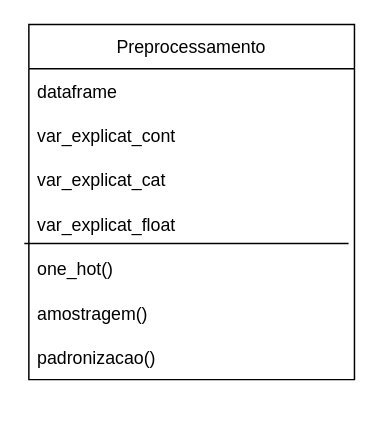
guitsuo/statsutils keeps this draw.io diagram as utils.drawio. Above is the earlier version. Source tidied: cells renumbered, new cells numbered last; positions are measured from the earlier drawing's top-left corner, leaving out a move shared by most shapes. Both pictures are drawn from the tidied source at 148%, with x=0, y=0 at pixel (28, 24).
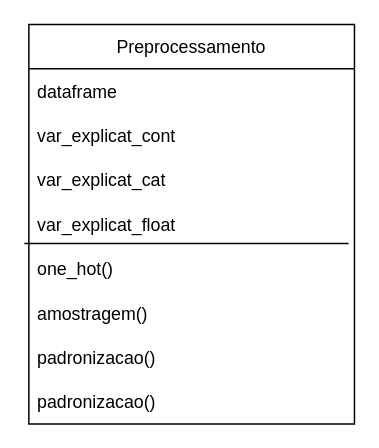
The same page after the edit.

Commit message (it also covers changes not shown here):
alteracao classe Preprocessamento

Diff of the diagram source:
```diff
@@
 <mxGraphModel>
   <root>
     <mxCell id="0" />
     <mxCell id="1" parent="0" />
     <mxCell id="2" value="Preprocessamento" style="swimlane;fontStyle=0;horizontal=1;startSize=30;" parent="1" vertex="1">
-      <mxGeometry width="220" height="240" as="geometry" />
+      <mxGeometry width="220" height="270" as="geometry" />
     </mxCell>
     <mxCell id="3" value="dataframe" style="text;strokeColor=none;fillColor=none;align=left;verticalAlign=middle;spacingLeft=4;spacingRight=4;overflow=hidden;" parent="2" vertex="1">
       <mxGeometry y="30" width="220" height="30" as="geometry" />
     </mxCell>
     <mxCell id="4" value="var_explicat_cont" style="text;strokeColor=none;fillColor=none;align=left;verticalAlign=middle;spacingLeft=4;spacingRight=4;overflow=hidden;" parent="2" vertex="1">
       <mxGeometry y="60" width="220" height="30" as="geometry" />
     </mxCell>
     <mxCell id="5" value="var_explicat_cat" style="text;strokeColor=none;fillColor=none;align=left;verticalAlign=middle;spacingLeft=4;spacingRight=4;overflow=hidden;" parent="2" vertex="1">
       <mxGeometry y="90" width="220" height="30" as="geometry" />
     </mxCell>
     <mxCell id="6" value="var_explicat_float" style="text;strokeColor=none;fillColor=none;align=left;verticalAlign=middle;spacingLeft=4;spacingRight=4;overflow=hidden;" parent="2" vertex="1">
       <mxGeometry y="120" width="220" height="30" as="geometry" />
     </mxCell>
     <mxCell id="7" value="one_hot()" style="text;strokeColor=none;fillColor=none;align=left;verticalAlign=middle;spacingLeft=4;spacingRight=4;overflow=hidden;points=[[0,0.5],[1,0.5]];portConstraint=eastwest;" parent="2" vertex="1">
       <mxGeometry y="150" width="220" height="30" as="geometry" />
     </mxCell>
     <mxCell id="8" value="amostragem()" style="text;strokeColor=none;fillColor=none;align=left;verticalAlign=middle;spacingLeft=4;spacingRight=4;overflow=hidden;" parent="2" vertex="1">
       <mxGeometry y="180" width="220" height="30" as="geometry" />
     </mxCell>
     <mxCell id="9" value="padronizacao()" style="text;strokeColor=none;fillColor=none;align=left;verticalAlign=middle;spacingLeft=4;spacingRight=4;overflow=hidden;" parent="2" vertex="1">
       <mxGeometry y="210" width="220" height="30" as="geometry" />
     </mxCell>
+    <mxCell id="11" value="padronizacao()" style="text;strokeColor=none;fillColor=none;align=left;verticalAlign=middle;spacingLeft=4;spacingRight=4;overflow=hidden;" parent="2" vertex="1">
+      <mxGeometry y="240" width="220" height="30" as="geometry" />
+    </mxCell>
     <mxCell id="10" style="endArrow=none;html=1;exitX=-0.014;exitY=-0.067;exitDx=0;exitDy=0;exitPerimeter=0;entryX=0.982;entryY=-0.067;entryDx=0;entryDy=0;entryPerimeter=0;" parent="2" edge="1" source="7" target="7">
       <mxGeometry relative="1" as="geometry" />
     </mxCell>
   </root>
 </mxGraphModel>
```
